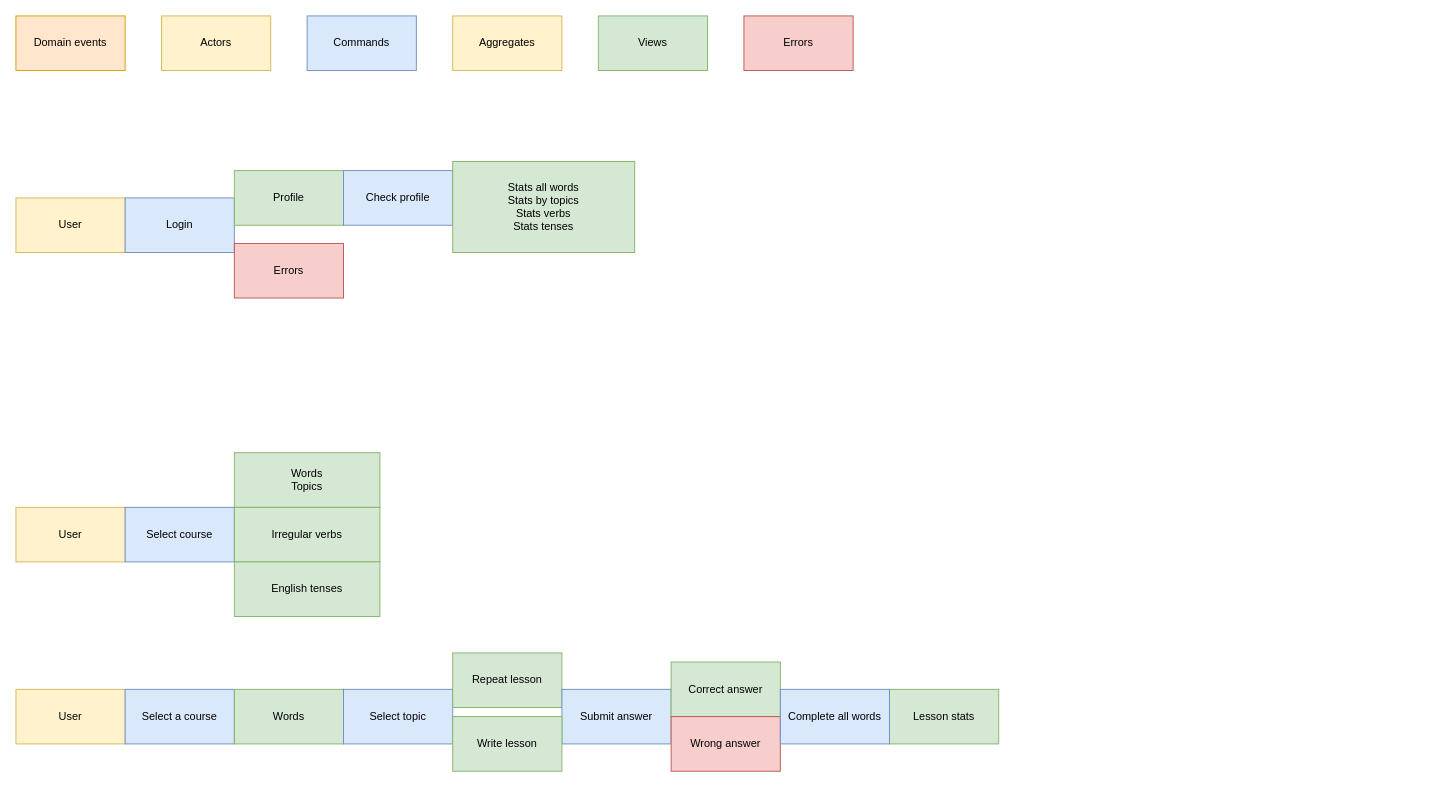
Igorok/pocket_dictionary keeps this draw.io diagram as page "Events" (1 of 2) of docs/scheme.drawio. Above is the earlier version. Source tidied: cells renumbered, new cells numbered last; positions are measured from the earlier drawing's top-left corner, leaving out a move shared by most shapes. Both pictures are drawn from the tidied source at 91%, with x=0, y=0 at pixel (15, 15).
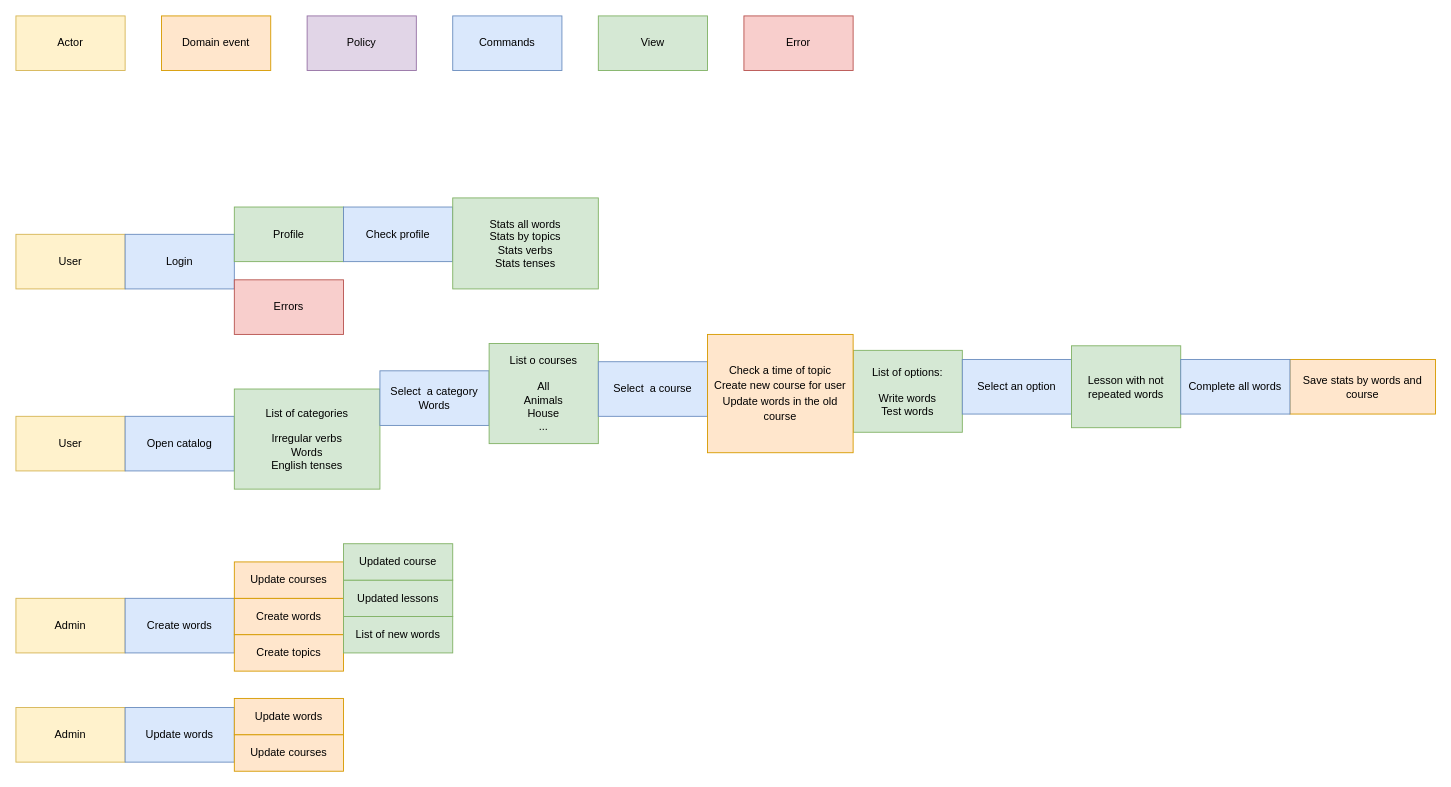
The same page after the edit.

Diff of the diagram source:
```diff
@@
-    <mxCell id="2" value="Domain events" style="rounded=0;whiteSpace=wrap;html=1;fillColor=#ffe6cc;strokeColor=#d79b00;" parent="1" vertex="1">
-      <mxGeometry width="120" height="60" as="geometry" />
+    <mxCell id="2" value="Domain event" style="rounded=0;whiteSpace=wrap;html=1;fillColor=#ffe6cc;strokeColor=#d79b00;" parent="1" vertex="1">
+      <mxGeometry x="160" width="120" height="60" as="geometry" />
     </mxCell>
-    <mxCell id="3" value="Actors" style="rounded=0;whiteSpace=wrap;html=1;fillColor=#fff2cc;strokeColor=#d6b656;" parent="1" vertex="1">
-      <mxGeometry x="160" width="120" height="60" as="geometry" />
+    <mxCell id="3" value="Actor" style="rounded=0;whiteSpace=wrap;html=1;fillColor=#fff2cc;strokeColor=#d6b656;" parent="1" vertex="1">
+      <mxGeometry width="120" height="60" as="geometry" />
     </mxCell>
     <mxCell id="4" value="Commands" style="rounded=0;whiteSpace=wrap;html=1;fillColor=#dae8fc;strokeColor=#6c8ebf;" parent="1" vertex="1">
-      <mxGeometry x="320" width="120" height="60" as="geometry" />
+      <mxGeometry x="480" width="120" height="60" as="geometry" />
     </mxCell>
-    <mxCell id="5" value="Aggregates" style="rounded=0;whiteSpace=wrap;html=1;fillColor=#fff2cc;strokeColor=#d6b656;" parent="1" vertex="1">
-      <mxGeometry x="480" width="120" height="60" as="geometry" />
-    </mxCell>
-    <mxCell id="6" value="Views" style="rounded=0;whiteSpace=wrap;html=1;fillColor=#d5e8d4;strokeColor=#82b366;" parent="1" vertex="1">
+    <mxCell id="6" value="View" style="rounded=0;whiteSpace=wrap;html=1;fillColor=#d5e8d4;strokeColor=#82b366;" parent="1" vertex="1">
       <mxGeometry x="640" width="120" height="60" as="geometry" />
     </mxCell>
-    <mxCell id="7" value="Errors" style="rounded=0;whiteSpace=wrap;html=1;fillColor=#f8cecc;strokeColor=#b85450;" parent="1" vertex="1">
+    <mxCell id="7" value="Error" style="rounded=0;whiteSpace=wrap;html=1;fillColor=#f8cecc;strokeColor=#b85450;" parent="1" vertex="1">
       <mxGeometry x="800" width="120" height="60" as="geometry" />
     </mxCell>
     <mxCell id="8" value="User" style="rounded=0;whiteSpace=wrap;html=1;fillColor=#fff2cc;strokeColor=#d6b656;" parent="1" vertex="1">
-      <mxGeometry y="200" width="120" height="60" as="geometry" />
+      <mxGeometry y="240" width="120" height="60" as="geometry" />
     </mxCell>
     <mxCell id="9" value="Login" style="rounded=0;whiteSpace=wrap;html=1;fillColor=#dae8fc;strokeColor=#6c8ebf;" parent="1" vertex="1">
-      <mxGeometry x="120" y="200" width="120" height="60" as="geometry" />
+      <mxGeometry x="120" y="240" width="120" height="60" as="geometry" />
     </mxCell>
     <mxCell id="10" value="Profile" style="rounded=0;whiteSpace=wrap;html=1;fillColor=#d5e8d4;strokeColor=#82b366;" parent="1" vertex="1">
-      <mxGeometry x="240" y="170" width="120" height="60" as="geometry" />
+      <mxGeometry x="240" y="210" width="120" height="60" as="geometry" />
     </mxCell>
     <mxCell id="11" value="Errors" style="rounded=0;whiteSpace=wrap;html=1;fillColor=#f8cecc;strokeColor=#b85450;" parent="1" vertex="1">
-      <mxGeometry x="240" y="250" width="120" height="60" as="geometry" />
+      <mxGeometry x="240" y="290" width="120" height="60" as="geometry" />
     </mxCell>
-    <mxCell id="12" value="User" style="rounded=0;whiteSpace=wrap;html=1;fillColor=#fff2cc;strokeColor=#d6b656;" parent="1" vertex="1">
-      <mxGeometry y="540" width="120" height="60" as="geometry" />
-    </mxCell>
-    <mxCell id="13" value="Select course" style="rounded=0;whiteSpace=wrap;html=1;fillColor=#dae8fc;strokeColor=#6c8ebf;" parent="1" vertex="1">
-      <mxGeometry x="120" y="540" width="120" height="60" as="geometry" />
-    </mxCell>
-    <mxCell id="14" value="Words&lt;br&gt;Topics" style="rounded=0;whiteSpace=wrap;html=1;fillColor=#d5e8d4;strokeColor=#82b366;" parent="1" vertex="1">
-      <mxGeometry x="240" y="480" width="160" height="60" as="geometry" />
-    </mxCell>
-    <mxCell id="15" value="Irregular verbs" style="rounded=0;whiteSpace=wrap;html=1;fillColor=#d5e8d4;strokeColor=#82b366;" parent="1" vertex="1">
-      <mxGeometry x="240" y="540" width="160" height="60" as="geometry" />
-    </mxCell>
-    <mxCell id="16" value="English tenses" style="rounded=0;whiteSpace=wrap;html=1;fillColor=#d5e8d4;strokeColor=#82b366;" parent="1" vertex="1">
-      <mxGeometry x="240" y="600" width="160" height="60" as="geometry" />
-    </mxCell>
-    <mxCell id="17" value="User" style="rounded=0;whiteSpace=wrap;html=1;fillColor=#fff2cc;strokeColor=#d6b656;" parent="1" vertex="1">
-      <mxGeometry y="740" width="120" height="60" as="geometry" />
-    </mxCell>
-    <mxCell id="18" value="Select a course" style="rounded=0;whiteSpace=wrap;html=1;fillColor=#dae8fc;strokeColor=#6c8ebf;" parent="1" vertex="1">
-      <mxGeometry x="120" y="740" width="120" height="60" as="geometry" />
-    </mxCell>
-    <mxCell id="19" value="Words" style="rounded=0;whiteSpace=wrap;html=1;fillColor=#d5e8d4;strokeColor=#82b366;" parent="1" vertex="1">
-      <mxGeometry x="240" y="740" width="120" height="60" as="geometry" />
-    </mxCell>
-    <mxCell id="20" value="Select topic" style="rounded=0;whiteSpace=wrap;html=1;fillColor=#dae8fc;strokeColor=#6c8ebf;" parent="1" vertex="1">
-      <mxGeometry x="360" y="740" width="120" height="60" as="geometry" />
-    </mxCell>
-    <mxCell id="21" value="Repeat lesson" style="rounded=0;whiteSpace=wrap;html=1;fillColor=#d5e8d4;strokeColor=#82b366;" parent="1" vertex="1">
-      <mxGeometry x="480" y="700" width="120" height="60" as="geometry" />
-    </mxCell>
-    <mxCell id="22" value="Submit answer" style="rounded=0;whiteSpace=wrap;html=1;fillColor=#dae8fc;strokeColor=#6c8ebf;" parent="1" vertex="1">
-      <mxGeometry x="600" y="740" width="120" height="60" as="geometry" />
-    </mxCell>
-    <mxCell id="23" value="Correct answer" style="rounded=0;whiteSpace=wrap;html=1;fillColor=#d5e8d4;strokeColor=#82b366;" parent="1" vertex="1">
-      <mxGeometry x="720" y="710" width="120" height="60" as="geometry" />
-    </mxCell>
     <mxCell id="24" value="Check profile" style="rounded=0;whiteSpace=wrap;html=1;fillColor=#dae8fc;strokeColor=#6c8ebf;" parent="1" vertex="1">
-      <mxGeometry x="360" y="170" width="120" height="60" as="geometry" />
+      <mxGeometry x="360" y="210" width="120" height="60" as="geometry" />
     </mxCell>
     <mxCell id="25" value="Stats all words&lt;br&gt;Stats by topics&lt;br&gt;Stats verbs&lt;br&gt;Stats tenses" style="rounded=0;whiteSpace=wrap;html=1;fillColor=#d5e8d4;strokeColor=#82b366;" parent="1" vertex="1">
-      <mxGeometry x="480" y="160" width="200" height="100" as="geometry" />
+      <mxGeometry x="480" y="200" width="160" height="100" as="geometry" />
     </mxCell>
-    <mxCell id="26" value="Wrong answer" style="rounded=0;whiteSpace=wrap;html=1;fillColor=#f8cecc;strokeColor=#b85450;" parent="1" vertex="1">
-      <mxGeometry x="720" y="770" width="120" height="60" as="geometry" />
-    </mxCell>
-    <mxCell id="27" value="Lesson stats" style="rounded=0;whiteSpace=wrap;html=1;fillColor=#d5e8d4;strokeColor=#82b366;" parent="1" vertex="1">
-      <mxGeometry x="960" y="740" width="120" height="60" as="geometry" />
-    </mxCell>
+    <mxCell id="30" value="Admin" style="rounded=0;whiteSpace=wrap;html=1;fillColor=#fff2cc;strokeColor=#d6b656;" parent="1" vertex="1">
+      <mxGeometry y="640" width="120" height="60" as="geometry" />
+    </mxCell>
+    <mxCell id="31" value="Create words" style="rounded=0;whiteSpace=wrap;html=1;fillColor=#dae8fc;strokeColor=#6c8ebf;" parent="1" vertex="1">
+      <mxGeometry x="120" y="640" width="120" height="60" as="geometry" />
+    </mxCell>
+    <mxCell id="32" value="User" style="rounded=0;whiteSpace=wrap;html=1;fillColor=#fff2cc;strokeColor=#d6b656;" parent="1" vertex="1">
+      <mxGeometry y="440" width="120" height="60" as="geometry" />
+    </mxCell>
+    <mxCell id="33" value="Open catalog" style="rounded=0;whiteSpace=wrap;html=1;fillColor=#dae8fc;strokeColor=#6c8ebf;" parent="1" vertex="1">
+      <mxGeometry x="120" y="440" width="120" height="60" as="geometry" />
+    </mxCell>
+    <mxCell id="34" value="List of categories&lt;br&gt;&lt;br&gt;Irregular verbs&lt;br&gt;Words&lt;br&gt;English tenses" style="rounded=0;whiteSpace=wrap;html=1;fillColor=#d5e8d4;strokeColor=#82b366;" parent="1" vertex="1">
+      <mxGeometry x="240" y="410" width="160" height="110" as="geometry" />
+    </mxCell>
+    <mxCell id="35" value="Policy" style="rounded=0;whiteSpace=wrap;html=1;fillColor=#e1d5e7;strokeColor=#9673a6;" parent="1" vertex="1">
+      <mxGeometry x="320" width="120" height="60" as="geometry" />
+    </mxCell>
+    <mxCell id="36" value="Select&amp;nbsp; a category Words" style="rounded=0;whiteSpace=wrap;html=1;fillColor=#dae8fc;strokeColor=#6c8ebf;" parent="1" vertex="1">
+      <mxGeometry x="400" y="390" width="120" height="60" as="geometry" />
+    </mxCell>
+    <mxCell id="37" value="List o courses&lt;br&gt;&lt;br&gt;All&lt;br&gt;Animals&lt;br&gt;House&lt;br&gt;..." style="rounded=0;whiteSpace=wrap;html=1;fillColor=#d5e8d4;strokeColor=#82b366;" parent="1" vertex="1">
+      <mxGeometry x="520" y="360" width="120" height="110" as="geometry" />
+    </mxCell>
+    <mxCell id="18" value="Select&amp;nbsp; a course" style="rounded=0;whiteSpace=wrap;html=1;fillColor=#dae8fc;strokeColor=#6c8ebf;" parent="1" vertex="1">
+      <mxGeometry x="640" y="380" width="120" height="60" as="geometry" />
+    </mxCell>
+    <mxCell id="38" value="List of options:&lt;br&gt;&lt;br&gt;Write words&lt;br&gt;Test words" style="rounded=0;whiteSpace=wrap;html=1;fillColor=#d5e8d4;strokeColor=#82b366;" parent="1" vertex="1">
+      <mxGeometry x="920" y="367.5" width="120" height="90" as="geometry" />
+    </mxCell>
+    <mxCell id="39" value="Select an option" style="rounded=0;whiteSpace=wrap;html=1;fillColor=#dae8fc;strokeColor=#6c8ebf;" parent="1" vertex="1">
+      <mxGeometry x="1040" y="377.5" width="120" height="60" as="geometry" />
+    </mxCell>
+    <mxCell id="40" value="Save stats by words and course" style="rounded=0;whiteSpace=wrap;html=1;fillColor=#ffe6cc;strokeColor=#d79b00;" parent="1" vertex="1">
+      <mxGeometry x="1400" y="377.5" width="160" height="60" as="geometry" />
+    </mxCell>
+    <mxCell id="41" value="Admin" style="rounded=0;whiteSpace=wrap;html=1;fillColor=#fff2cc;strokeColor=#d6b656;" parent="1" vertex="1">
+      <mxGeometry y="760" width="120" height="60" as="geometry" />
+    </mxCell>
+    <mxCell id="42" value="Update words" style="rounded=0;whiteSpace=wrap;html=1;fillColor=#dae8fc;strokeColor=#6c8ebf;" parent="1" vertex="1">
+      <mxGeometry x="120" y="760" width="120" height="60" as="geometry" />
+    </mxCell>
+    <mxCell id="43" value="Create words" style="rounded=0;whiteSpace=wrap;html=1;fillColor=#ffe6cc;strokeColor=#d79b00;" parent="1" vertex="1">
+      <mxGeometry x="240" y="640" width="120" height="40" as="geometry" />
+    </mxCell>
+    <mxCell id="44" value="Create topics" style="rounded=0;whiteSpace=wrap;html=1;fillColor=#ffe6cc;strokeColor=#d79b00;" parent="1" vertex="1">
+      <mxGeometry x="240" y="680" width="120" height="40" as="geometry" />
+    </mxCell>
+    <mxCell id="45" value="Update courses" style="rounded=0;whiteSpace=wrap;html=1;fillColor=#ffe6cc;strokeColor=#d79b00;" parent="1" vertex="1">
+      <mxGeometry x="240" y="600" width="120" height="40" as="geometry" />
+    </mxCell>
+    <mxCell id="46" value="List of new words" style="rounded=0;whiteSpace=wrap;html=1;fillColor=#d5e8d4;strokeColor=#82b366;" parent="1" vertex="1">
+      <mxGeometry x="360" y="660" width="120" height="40" as="geometry" />
+    </mxCell>
+    <mxCell id="47" value="Updated lessons" style="rounded=0;whiteSpace=wrap;html=1;fillColor=#d5e8d4;strokeColor=#82b366;" parent="1" vertex="1">
+      <mxGeometry x="360" y="620" width="120" height="40" as="geometry" />
+    </mxCell>
+    <mxCell id="48" value="Lesson with not repeated words" style="rounded=0;whiteSpace=wrap;html=1;fillColor=#d5e8d4;strokeColor=#82b366;" parent="1" vertex="1">
+      <mxGeometry x="1160" y="362.5" width="120" height="90" as="geometry" />
+    </mxCell>
     <mxCell id="28" value="Complete all words" style="rounded=0;whiteSpace=wrap;html=1;fillColor=#dae8fc;strokeColor=#6c8ebf;" parent="1" vertex="1">
-      <mxGeometry x="840" y="740" width="120" height="60" as="geometry" />
+      <mxGeometry x="1280" y="377.5" width="120" height="60" as="geometry" />
     </mxCell>
-    <mxCell id="29" value="Write lesson" style="rounded=0;whiteSpace=wrap;html=1;fillColor=#d5e8d4;strokeColor=#82b366;" parent="1" vertex="1">
-      <mxGeometry x="480" y="770" width="120" height="60" as="geometry" />
-    </mxCell>
+    <mxCell id="49" value="Updated course" style="rounded=0;whiteSpace=wrap;html=1;fillColor=#d5e8d4;strokeColor=#82b366;" parent="1" vertex="1">
+      <mxGeometry x="360" y="580" width="120" height="40" as="geometry" />
+    </mxCell>
+    <mxCell id="50" value="Update words" style="rounded=0;whiteSpace=wrap;html=1;fillColor=#ffe6cc;strokeColor=#d79b00;" parent="1" vertex="1">
+      <mxGeometry x="240" y="750" width="120" height="40" as="geometry" />
+    </mxCell>
+    <mxCell id="51" value="Update courses" style="rounded=0;whiteSpace=wrap;html=1;fillColor=#ffe6cc;strokeColor=#d79b00;" parent="1" vertex="1">
+      <mxGeometry x="240" y="790" width="120" height="40" as="geometry" />
+    </mxCell>
+    <mxCell id="52" value="&lt;span id=&quot;docs-internal-guid-ccc50883-7fff-870a-d51c-3965d2811215&quot;&gt;&lt;p style=&quot;line-height:1.38;margin-top:0pt;margin-bottom:0pt;&quot; dir=&quot;ltr&quot;&gt;&lt;span style=&quot;font-family: Arial, sans-serif; color: rgb(0, 0, 0); background-color: transparent; font-weight: 400; font-style: normal; font-variant: normal; text-decoration: none; vertical-align: baseline;&quot;&gt;Check a time of topic&lt;/span&gt;&lt;/p&gt;&lt;p style=&quot;line-height:1.38;margin-top:0pt;margin-bottom:0pt;&quot; dir=&quot;ltr&quot;&gt;&lt;span style=&quot;font-family: Arial, sans-serif; color: rgb(0, 0, 0); background-color: transparent; font-weight: 400; font-style: normal; font-variant: normal; text-decoration: none; vertical-align: baseline;&quot;&gt;Create new course for user&lt;/span&gt;&lt;/p&gt;&lt;p style=&quot;line-height:1.38;margin-top:0pt;margin-bottom:0pt;&quot; dir=&quot;ltr&quot;&gt;&lt;span id=&quot;docs-internal-guid-ccc50883-7fff-870a-d51c-3965d2811215&quot;&gt;&lt;/span&gt;&lt;/p&gt;&lt;p style=&quot;line-height:1.38;margin-top:0pt;margin-bottom:0pt;&quot; dir=&quot;ltr&quot;&gt;&lt;span style=&quot;font-family: Arial, sans-serif; color: rgb(0, 0, 0); background-color: transparent; font-weight: 400; font-style: normal; font-variant: normal; text-decoration: none; vertical-align: baseline;&quot;&gt;Update words in the old course&lt;/span&gt;&lt;/p&gt;&lt;/span&gt;" style="rounded=0;whiteSpace=wrap;html=1;fillColor=#ffe6cc;strokeColor=#d79b00;" parent="1" vertex="1">
+      <mxGeometry x="760" y="350" width="160" height="130" as="geometry" />
+    </mxCell>
```
